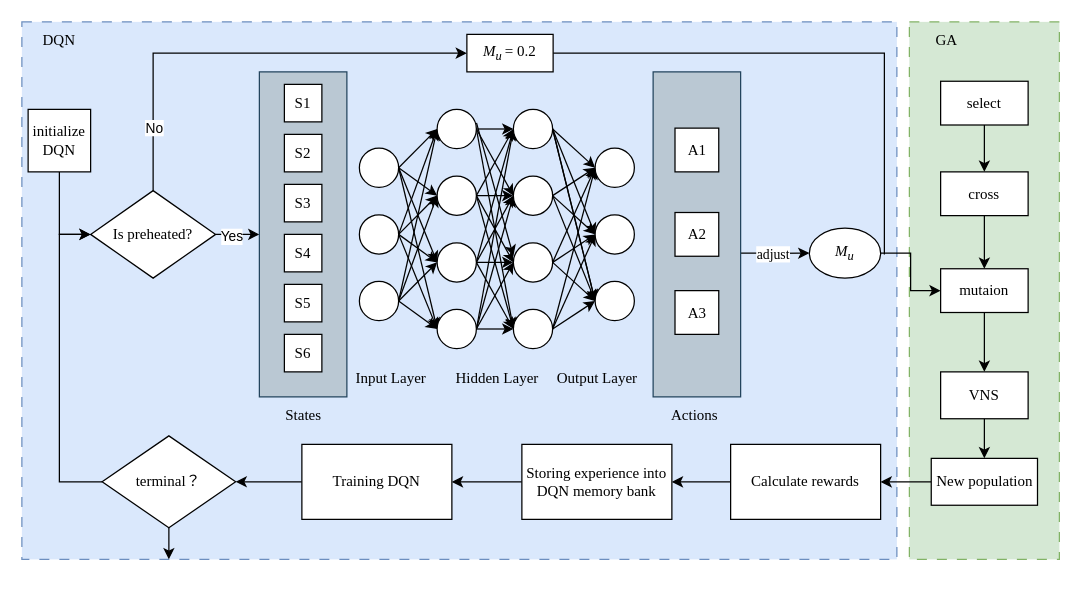
The draw.io diagram DQN.drawio in aslongaslihappy/algorithm, before the edit. Source tidied: cells renumbered, new cells numbered last; positions are measured from the earlier drawing's top-left corner, leaving out a move shared by most shapes. Both pictures are drawn from the tidied source at 125%, with x=0, y=0 at pixel (21, 21).
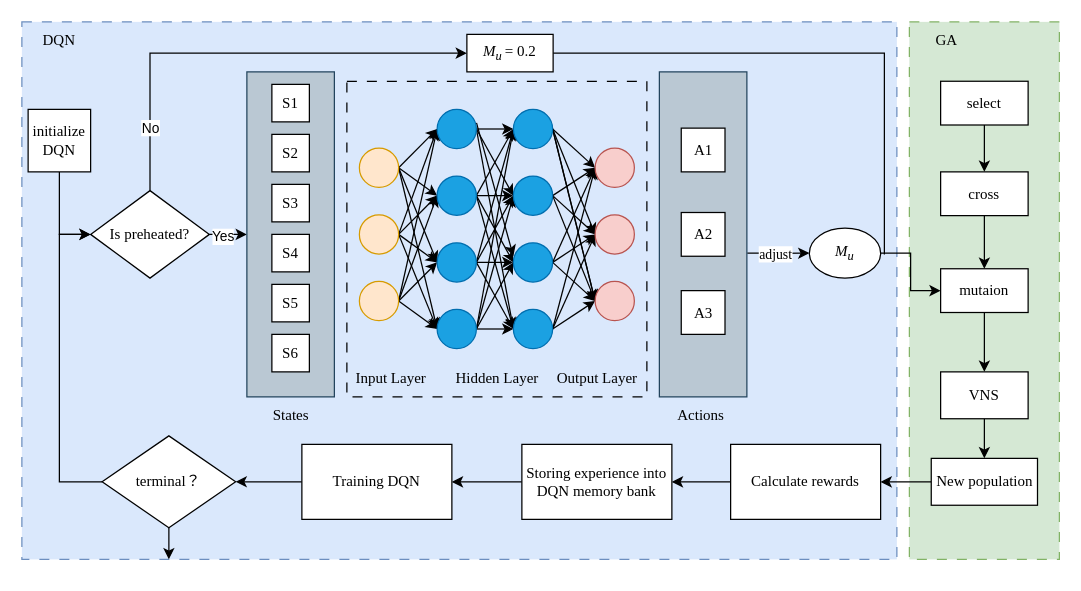
Above is the later version.

Unchanged cells that the change refers to:
```xml
<mxCell id="17" style="group;fontFamily=Times New Roman;" parent="1" vertex="1">
  <mxGeometry x="270" y="70" width="220" height="200" as="geometry" />
</mxCell>
```

Diff of the diagram source:
```diff
@@
     <mxCell id="14" value="Is preheated?" style="rhombus;whiteSpace=wrap;html=1;fontFamily=Times New Roman;" parent="1" vertex="1">
-      <mxGeometry x="55" y="135" width="100" height="70" as="geometry" />
+      <mxGeometry x="55" y="135" width="95" height="70" as="geometry" />
     </mxCell>
@@
-    <mxCell id="22" style="ellipse;whiteSpace=wrap;html=1;fontSize=12;strokeWidth=1;fontFamily=Times New Roman;" parent="17" vertex="1">
+    <mxCell id="22" style="ellipse;whiteSpace=wrap;html=1;fontSize=12;strokeWidth=1;fontFamily=Times New Roman;fillColor=#ffe6cc;strokeColor=#d79b00;" parent="17" vertex="1">
       <mxGeometry y="31" width="31.4" height="31.4" as="geometry" />
     </mxCell>
@@
-    <mxCell id="27" style="ellipse;whiteSpace=wrap;html=1;fontSize=12;strokeWidth=1;fontFamily=Times New Roman;" parent="17" vertex="1">
+    <mxCell id="27" style="ellipse;whiteSpace=wrap;html=1;fontSize=12;strokeWidth=1;fontFamily=Times New Roman;fillColor=#ffe6cc;strokeColor=#d79b00;" parent="17" vertex="1">
       <mxGeometry y="84.3" width="31.4" height="31.4" as="geometry" />
     </mxCell>
@@
-    <mxCell id="32" style="ellipse;whiteSpace=wrap;html=1;fontSize=12;strokeWidth=1;fontFamily=Times New Roman;" parent="17" vertex="1">
+    <mxCell id="32" style="ellipse;whiteSpace=wrap;html=1;fontSize=12;strokeWidth=1;fontFamily=Times New Roman;fillColor=#ffe6cc;strokeColor=#d79b00;" parent="17" vertex="1">
       <mxGeometry y="137.6" width="31.4" height="31.4" as="geometry" />
     </mxCell>
@@
-    <mxCell id="37" style="ellipse;whiteSpace=wrap;html=1;fontSize=12;strokeWidth=1;flipV=1;flipH=1;fontFamily=Times New Roman;" parent="17" vertex="1">
+    <mxCell id="37" style="ellipse;whiteSpace=wrap;html=1;fontSize=12;strokeWidth=1;flipV=1;flipH=1;fontFamily=Times New Roman;fillColor=#1ba1e2;fontColor=#ffffff;strokeColor=#006EAF;" parent="17" vertex="1">
       <mxGeometry x="62.2" y="160" width="31.4" height="31.4" as="geometry" />
     </mxCell>
@@
-    <mxCell id="42" style="ellipse;whiteSpace=wrap;html=1;fontSize=12;strokeWidth=1;flipV=1;flipH=1;fontFamily=Times New Roman;" parent="17" vertex="1">
+    <mxCell id="42" style="ellipse;whiteSpace=wrap;html=1;fontSize=12;strokeWidth=1;flipV=1;flipH=1;fontFamily=Times New Roman;fillColor=#1ba1e2;fontColor=#ffffff;strokeColor=#006EAF;" parent="17" vertex="1">
       <mxGeometry x="62.2" y="106.7" width="31.4" height="31.4" as="geometry" />
     </mxCell>
@@
-    <mxCell id="47" style="ellipse;whiteSpace=wrap;html=1;fontSize=12;strokeWidth=1;flipV=1;flipH=1;fontFamily=Times New Roman;" parent="17" vertex="1">
+    <mxCell id="47" style="ellipse;whiteSpace=wrap;html=1;fontSize=12;strokeWidth=1;flipV=1;flipH=1;fontFamily=Times New Roman;fillColor=#1ba1e2;fontColor=#ffffff;strokeColor=#006EAF;" parent="17" vertex="1">
       <mxGeometry x="62.2" y="53.3" width="31.4" height="31.4" as="geometry" />
     </mxCell>
@@
-    <mxCell id="52" style="ellipse;whiteSpace=wrap;html=1;fontSize=12;strokeWidth=1;flipV=1;flipH=1;fontFamily=Times New Roman;" parent="17" vertex="1">
+    <mxCell id="52" style="ellipse;whiteSpace=wrap;html=1;fontSize=12;strokeWidth=1;flipV=1;flipH=1;fontFamily=Times New Roman;fillColor=#1ba1e2;fontColor=#ffffff;strokeColor=#006EAF;" parent="17" vertex="1">
       <mxGeometry x="62.2" width="31.4" height="31.4" as="geometry" />
     </mxCell>
@@
-    <mxCell id="56" style="ellipse;whiteSpace=wrap;html=1;fontSize=12;strokeWidth=1;flipV=1;flipH=1;fontFamily=Times New Roman;" parent="17" vertex="1">
+    <mxCell id="56" style="ellipse;whiteSpace=wrap;html=1;fontSize=12;strokeWidth=1;flipV=1;flipH=1;fontFamily=Times New Roman;fillColor=#1ba1e2;fontColor=#ffffff;strokeColor=#006EAF;" parent="17" vertex="1">
       <mxGeometry x="123.2" y="106.7" width="31.4" height="31.4" as="geometry" />
     </mxCell>
@@
-    <mxCell id="60" style="ellipse;whiteSpace=wrap;html=1;fontSize=12;strokeWidth=1;flipV=1;flipH=1;fontFamily=Times New Roman;" parent="17" vertex="1">
+    <mxCell id="60" style="ellipse;whiteSpace=wrap;html=1;fontSize=12;strokeWidth=1;flipV=1;flipH=1;fontFamily=Times New Roman;fillColor=#1ba1e2;fontColor=#ffffff;strokeColor=#006EAF;" parent="17" vertex="1">
       <mxGeometry x="123.2" y="160" width="31.4" height="31.4" as="geometry" />
     </mxCell>
@@
-    <mxCell id="65" style="ellipse;whiteSpace=wrap;html=1;fontSize=12;strokeWidth=1;flipV=1;flipH=1;fontFamily=Times New Roman;" parent="17" vertex="1">
+    <mxCell id="65" style="ellipse;whiteSpace=wrap;html=1;fontSize=12;strokeWidth=1;flipV=1;flipH=1;fontFamily=Times New Roman;fillColor=#1ba1e2;fontColor=#ffffff;strokeColor=#006EAF;" parent="17" vertex="1">
       <mxGeometry x="123.2" width="31.4" height="31.4" as="geometry" />
     </mxCell>
@@
-    <mxCell id="69" style="ellipse;whiteSpace=wrap;html=1;fontSize=12;strokeWidth=1;flipV=1;flipH=1;fontFamily=Times New Roman;" parent="17" vertex="1">
+    <mxCell id="69" style="ellipse;whiteSpace=wrap;html=1;fontSize=12;strokeWidth=1;flipV=1;flipH=1;fontFamily=Times New Roman;fillColor=#1ba1e2;fontColor=#ffffff;strokeColor=#006EAF;" parent="17" vertex="1">
       <mxGeometry x="123.2" y="53.3" width="31.4" height="31.4" as="geometry" />
     </mxCell>
-    <mxCell id="70" style="ellipse;whiteSpace=wrap;html=1;fontSize=12;strokeWidth=1;fontFamily=Times New Roman;" parent="17" vertex="1">
+    <mxCell id="70" style="ellipse;whiteSpace=wrap;html=1;fontSize=12;strokeWidth=1;fontFamily=Times New Roman;fillColor=#f8cecc;strokeColor=#b85450;" parent="17" vertex="1">
       <mxGeometry x="188.6" y="137.6" width="31.4" height="31.4" as="geometry" />
     </mxCell>
-    <mxCell id="71" style="ellipse;whiteSpace=wrap;html=1;fontSize=12;strokeWidth=1;fontFamily=Times New Roman;" parent="17" vertex="1">
+    <mxCell id="71" style="ellipse;whiteSpace=wrap;html=1;fontSize=12;strokeWidth=1;fontFamily=Times New Roman;fillColor=#f8cecc;strokeColor=#b85450;" parent="17" vertex="1">
       <mxGeometry x="188.6" y="84.3" width="31.4" height="31.4" as="geometry" />
     </mxCell>
-    <mxCell id="72" style="ellipse;whiteSpace=wrap;html=1;fontSize=12;strokeWidth=1;fontFamily=Times New Roman;" parent="17" vertex="1">
+    <mxCell id="72" style="ellipse;whiteSpace=wrap;html=1;fontSize=12;strokeWidth=1;fontFamily=Times New Roman;fillColor=#f8cecc;strokeColor=#b85450;" parent="17" vertex="1">
       <mxGeometry x="188.6" y="31" width="31.4" height="31.4" as="geometry" />
     </mxCell>
@@
     <mxCell id="85" style="group;fontFamily=Times New Roman;" parent="1" vertex="1">
-      <mxGeometry x="190" y="40" width="70" height="290" as="geometry" />
+      <mxGeometry x="180" y="40" width="70" height="290" as="geometry" />
     </mxCell>
@@
     <mxCell id="94" style="group;fontFamily=Times New Roman;" parent="1" vertex="1">
-      <mxGeometry x="500" y="40" width="75" height="295" as="geometry" />
+      <mxGeometry x="505" y="40" width="75" height="295" as="geometry" />
     </mxCell>
@@
+    <mxCell id="112" style="rounded=0;whiteSpace=wrap;html=1;fillColor=none;dashed=1;dashPattern=8 8;" parent="1" vertex="1">
+      <mxGeometry x="260" y="47.5" width="240" height="252.5" as="geometry" />
+    </mxCell>
```
